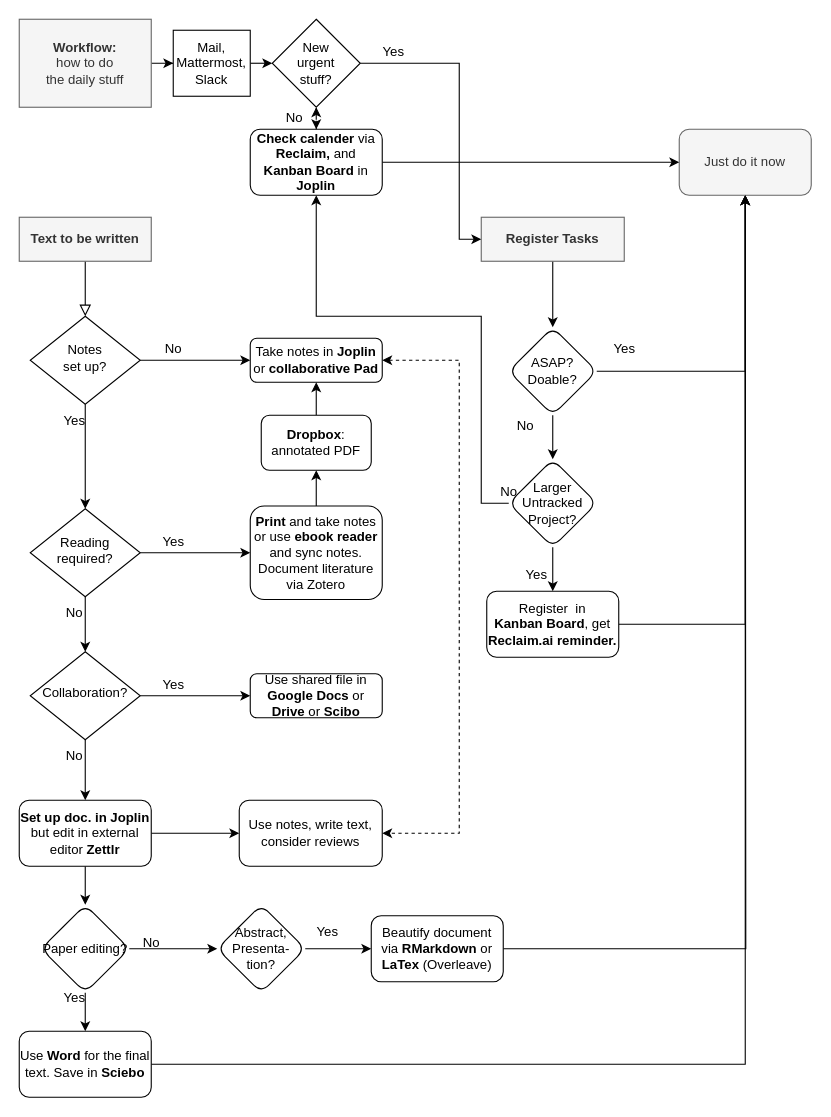
Above: Unbenanntes Diagramm.drawio in LaserStefan/academic-data-driven-cv (draw.io), before the change. Source tidied: cells renumbered, new cells numbered last; positions are measured from the earlier drawing's top-left corner, leaving out a move shared by most shapes. Both pictures are drawn from the tidied source at 110%, with x=0, y=0 at pixel (19, 19).
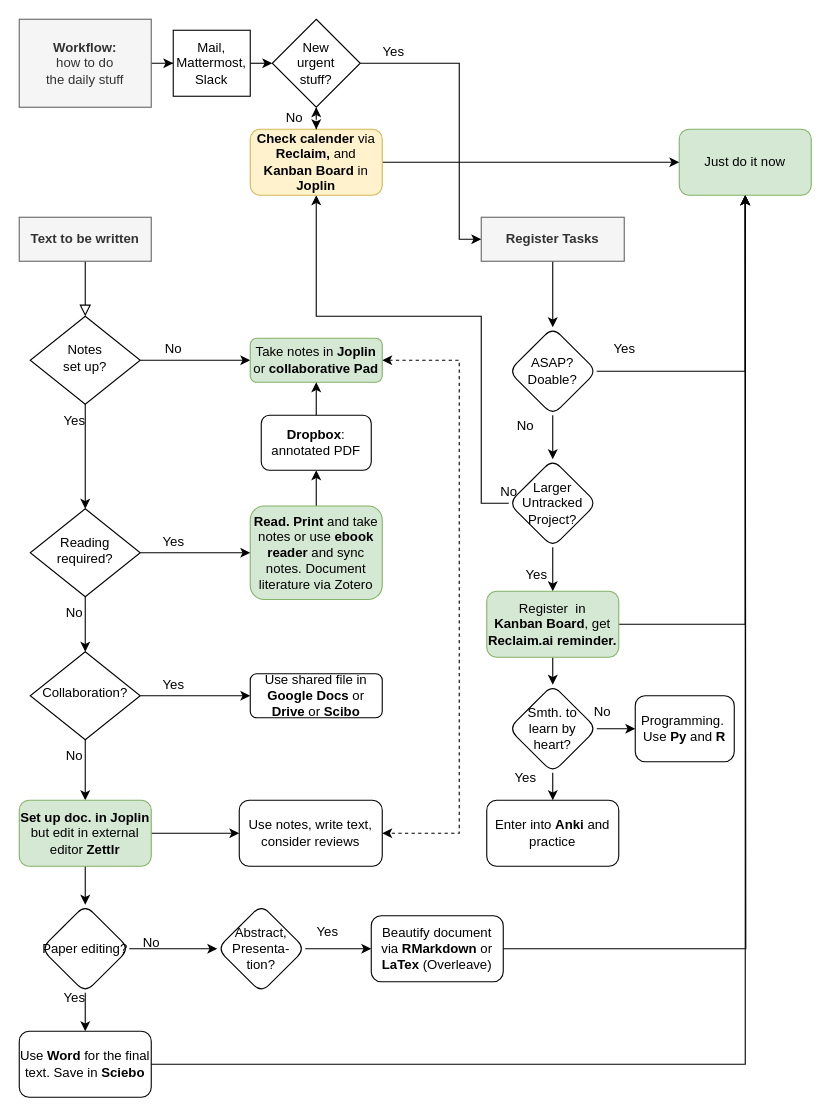
The same page after the edit.

What changed in the source:
```diff
@@
-    <mxCell id="8" value="Take notes in &lt;b&gt;Joplin &lt;/b&gt;or&lt;b&gt; collaborative Pad&lt;br&gt;&lt;/b&gt;" style="rounded=1;whiteSpace=wrap;html=1;fontSize=12;glass=0;strokeWidth=1;shadow=0;" parent="1" vertex="1">
+    <mxCell id="8" value="Take notes in &lt;b&gt;Joplin &lt;/b&gt;or&lt;b&gt; collaborative Pad&lt;br&gt;&lt;/b&gt;" style="rounded=1;whiteSpace=wrap;html=1;fontSize=12;glass=0;strokeWidth=1;shadow=0;fillColor=#d5e8d4;strokeColor=#82b366;" parent="1" vertex="1">
       <mxGeometry x="210" y="290" width="120" height="40" as="geometry" />
     </mxCell>
@@
-    <mxCell id="15" value="&lt;b&gt;Set up doc. in Joplin &lt;/b&gt;but edit in external editor &lt;b&gt;Zettlr&lt;br&gt;&lt;/b&gt;" style="whiteSpace=wrap;html=1;rounded=1;glass=0;strokeWidth=1;shadow=0;" parent="1" vertex="1">
+    <mxCell id="15" value="&lt;b&gt;Set up doc. in Joplin &lt;/b&gt;but edit in external editor &lt;b&gt;Zettlr&lt;br&gt;&lt;/b&gt;" style="whiteSpace=wrap;html=1;rounded=1;glass=0;strokeWidth=1;shadow=0;fillColor=#d5e8d4;strokeColor=#82b366;" parent="1" vertex="1">
       <mxGeometry y="710" width="120" height="60" as="geometry" />
     </mxCell>
@@
-    <mxCell id="26" value="Just do it now" style="whiteSpace=wrap;html=1;rounded=1;fillColor=#f5f5f5;fontColor=#333333;strokeColor=#666666;" parent="1" vertex="1">
+    <mxCell id="26" value="Just do it now" style="whiteSpace=wrap;html=1;rounded=1;fillColor=#d5e8d4;strokeColor=#82b366;" parent="1" vertex="1">
       <mxGeometry x="600" y="100" width="120" height="60" as="geometry" />
     </mxCell>
@@
-    <mxCell id="33" value="&lt;b&gt;Check calender &lt;/b&gt;via&lt;b&gt; Reclaim, &lt;/b&gt;and &lt;b&gt;Kanban Board&lt;/b&gt; in &lt;b&gt;Joplin&lt;/b&gt;" style="whiteSpace=wrap;html=1;rounded=1;" parent="1" vertex="1">
+    <mxCell id="33" value="&lt;b&gt;Check calender &lt;/b&gt;via&lt;b&gt; Reclaim, &lt;/b&gt;and &lt;b&gt;Kanban Board&lt;/b&gt; in &lt;b&gt;Joplin&lt;/b&gt;" style="whiteSpace=wrap;html=1;rounded=1;fillColor=#fff2cc;strokeColor=#d6b656;" parent="1" vertex="1">
       <mxGeometry x="210" y="100" width="120" height="60" as="geometry" />
     </mxCell>
@@
+    <mxCell id="68" style="edgeStyle=orthogonalEdgeStyle;rounded=0;jettySize=auto;html=1;startArrow=none;startFill=0;" parent="1" edge="1" source="36" target="71">
+      <mxGeometry relative="1" as="geometry" />
+    </mxCell>
-    <mxCell id="36" value="Register&amp;nbsp; in &lt;b&gt;&lt;br&gt;Kanban Board&lt;/b&gt;, get &lt;b&gt;Reclaim.ai reminder.&lt;br&gt;&lt;/b&gt;" style="whiteSpace=wrap;html=1;rounded=1;" parent="1" vertex="1">
+    <mxCell id="36" value="Register&amp;nbsp; in &lt;b&gt;&lt;br&gt;Kanban Board&lt;/b&gt;, get &lt;b&gt;Reclaim.ai reminder.&lt;br&gt;&lt;/b&gt;" style="whiteSpace=wrap;html=1;rounded=1;fillColor=#d5e8d4;strokeColor=#82b366;" parent="1" vertex="1">
       <mxGeometry x="425" y="520" width="120" height="60" as="geometry" />
     </mxCell>
@@
-    <mxCell id="41" value="&lt;b&gt;Print &lt;/b&gt;and take notes or use &lt;b&gt;ebook reader&lt;/b&gt; and sync notes. Document literature via Zotero" style="rounded=1;whiteSpace=wrap;html=1;glass=0;strokeWidth=1;shadow=0;" parent="1" vertex="1">
+    <mxCell id="41" value="&lt;b&gt;Read. Print &lt;/b&gt;and take notes or use &lt;b&gt;ebook reader&lt;/b&gt; and sync notes. Document literature via Zotero" style="rounded=1;whiteSpace=wrap;html=1;glass=0;strokeWidth=1;shadow=0;fillColor=#d5e8d4;strokeColor=#82b366;" parent="1" vertex="1">
       <mxGeometry x="210" y="442.5" width="120" height="85" as="geometry" />
     </mxCell>
@@
+    <mxCell id="69" style="edgeStyle=orthogonalEdgeStyle;rounded=0;jettySize=auto;html=1;startArrow=none;startFill=0;" parent="1" edge="1" source="71" target="72">
+      <mxGeometry relative="1" as="geometry" />
+    </mxCell>
+    <mxCell id="70" style="edgeStyle=orthogonalEdgeStyle;rounded=0;jettySize=auto;html=1;startArrow=none;startFill=0;" parent="1" edge="1" source="71" target="74">
+      <mxGeometry relative="1" as="geometry" />
+    </mxCell>
+    <mxCell id="71" value="Smth. to &lt;br&gt;learn by heart?" style="rhombus;whiteSpace=wrap;html=1;rounded=1;" parent="1" vertex="1">
+      <mxGeometry x="445" y="605" width="80" height="80" as="geometry" />
+    </mxCell>
+    <mxCell id="72" value="Enter into &lt;b&gt;Anki &lt;/b&gt;and practice" style="whiteSpace=wrap;html=1;rounded=1;" parent="1" vertex="1">
+      <mxGeometry x="425" y="710" width="120" height="60" as="geometry" />
+    </mxCell>
+    <mxCell id="73" value="Yes" style="text;html=1;align=center;verticalAlign=middle;strokeColor=none;fillColor=none;" parent="1" vertex="1">
+      <mxGeometry x="440" y="675" width="40" height="30" as="geometry" />
+    </mxCell>
+    <mxCell id="74" value="Programming.&amp;nbsp; Use &lt;b&gt;Py &lt;/b&gt;and &lt;b&gt;R&lt;/b&gt;" style="whiteSpace=wrap;html=1;rounded=1;" parent="1" vertex="1">
+      <mxGeometry x="560" y="615" width="90" height="60" as="geometry" />
+    </mxCell>
+    <mxCell id="75" value="No" style="text;html=1;align=center;verticalAlign=middle;strokeColor=none;fillColor=none;" parent="1" vertex="1">
+      <mxGeometry x="510" y="615" width="40" height="30" as="geometry" />
+    </mxCell>
```
